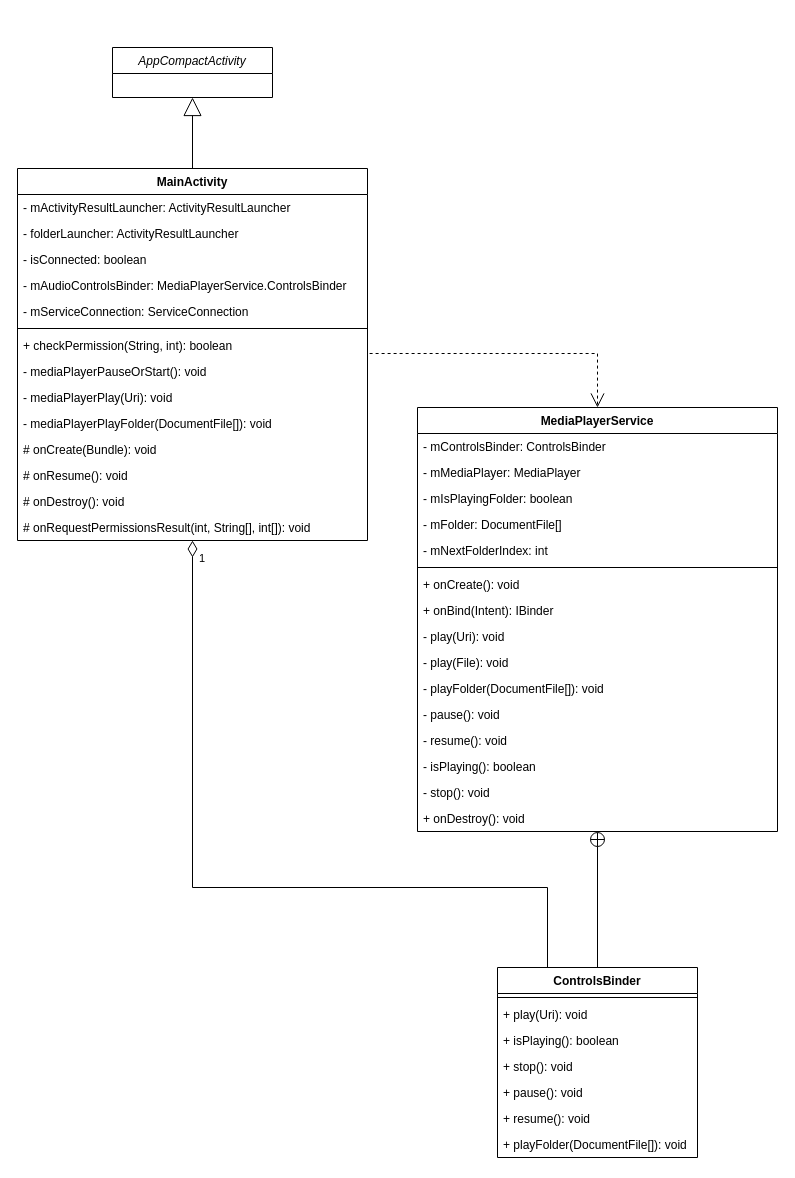
Before: SimpleTunes.drawio in stevetolvaj/SimpleTunes, a draw.io diagram. Source tidied: cells renumbered, new cells numbered last; positions are measured from the earlier drawing's top-left corner, leaving out a move shared by most shapes. Both pictures are drawn from the tidied source at 100%, with x=0, y=0 at pixel (17, 47).
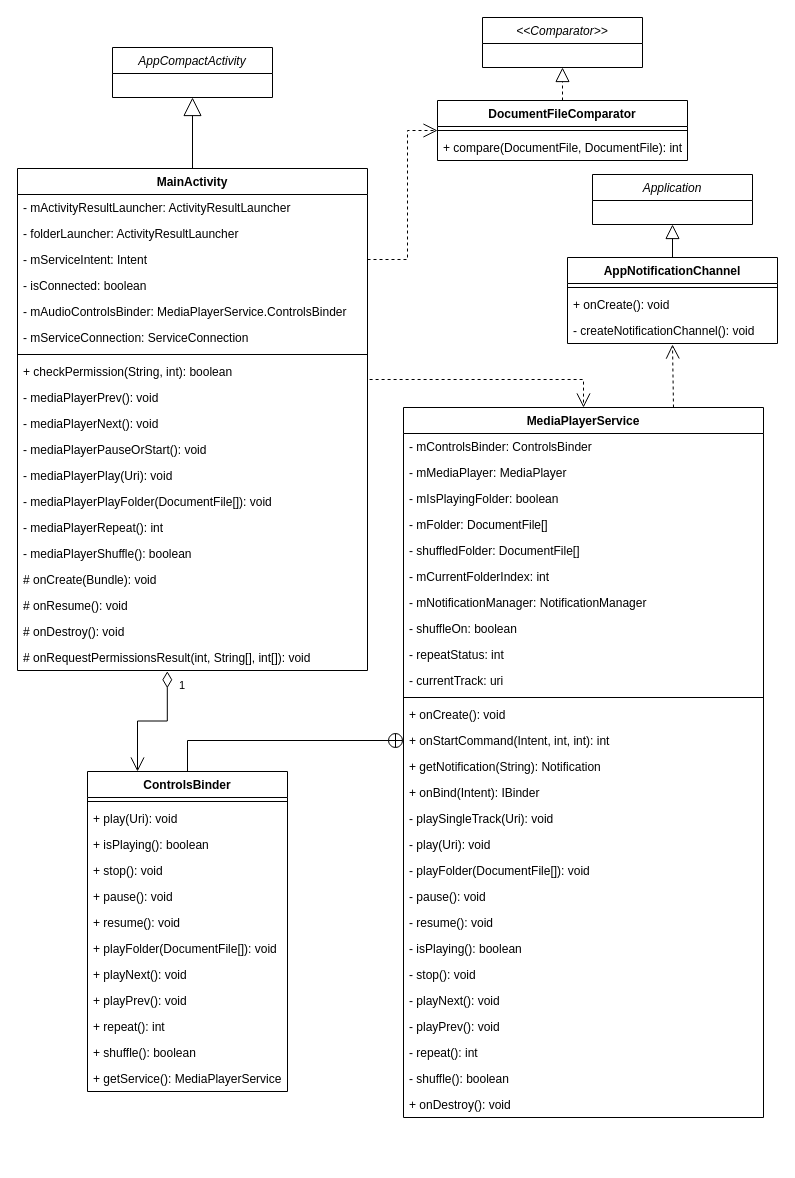
The same page after the edit.

The edit, as a diff of the source:
```diff
@@
     <mxCell id="3" value="MainActivity" style="swimlane;fontStyle=1;align=center;verticalAlign=top;horizontal=1;startSize=26;" parent="1" vertex="1">
-      <mxGeometry y="121" width="350" height="372" as="geometry" />
+      <mxGeometry y="121" width="350" height="502" as="geometry" />
     </mxCell>
@@
+    <mxCell id="47" value="- mServiceIntent: Intent" style="text;strokeColor=none;fillColor=none;align=left;verticalAlign=top;spacingLeft=4;spacingRight=4;overflow=hidden;points=[[0,0.5],[1,0.5]];portConstraint=eastwest;" parent="3" vertex="1">
+      <mxGeometry y="78" width="350" height="26" as="geometry" />
+    </mxCell>
     <mxCell id="6" value="- isConnected: boolean" style="text;strokeColor=none;fillColor=none;align=left;verticalAlign=top;spacingLeft=4;spacingRight=4;overflow=hidden;" parent="3" vertex="1">
-      <mxGeometry y="78" width="350" height="26" as="geometry" />
+      <mxGeometry y="104" width="350" height="26" as="geometry" />
     </mxCell>
     <mxCell id="7" value="- mAudioControlsBinder: MediaPlayerService.ControlsBinder" style="text;strokeColor=none;fillColor=none;align=left;verticalAlign=top;spacingLeft=4;spacingRight=4;overflow=hidden;" parent="3" vertex="1">
-      <mxGeometry y="104" width="350" height="26" as="geometry" />
+      <mxGeometry y="130" width="350" height="26" as="geometry" />
     </mxCell>
     <mxCell id="8" value="- mServiceConnection: ServiceConnection" style="text;strokeColor=none;fillColor=none;align=left;verticalAlign=top;spacingLeft=4;spacingRight=4;overflow=hidden;" parent="3" vertex="1">
-      <mxGeometry y="130" width="350" height="26" as="geometry" />
+      <mxGeometry y="156" width="350" height="26" as="geometry" />
     </mxCell>
     <mxCell id="9" style="line;strokeWidth=1;fillColor=none;align=left;verticalAlign=middle;spacingTop=-1;spacingLeft=3;spacingRight=3;labelPosition=right;" parent="3" vertex="1">
-      <mxGeometry y="156" width="350" height="8" as="geometry" />
+      <mxGeometry y="182" width="350" height="8" as="geometry" />
     </mxCell>
     <mxCell id="10" value="+ checkPermission(String, int): boolean" style="text;strokeColor=none;fillColor=none;align=left;verticalAlign=top;spacingLeft=4;spacingRight=4;overflow=hidden;points=[[0,0.5],[1,0.5]];portConstraint=eastwest;" parent="3" vertex="1">
-      <mxGeometry y="164" width="350" height="26" as="geometry" />
+      <mxGeometry y="190" width="350" height="26" as="geometry" />
     </mxCell>
+    <mxCell id="48" value="- mediaPlayerPrev(): void" style="text;strokeColor=none;fillColor=none;align=left;verticalAlign=top;spacingLeft=4;spacingRight=4;overflow=hidden;" parent="3" vertex="1">
+      <mxGeometry y="216" width="350" height="26" as="geometry" />
+    </mxCell>
+    <mxCell id="49" value="- mediaPlayerNext(): void" style="text;strokeColor=none;fillColor=none;align=left;verticalAlign=top;spacingLeft=4;spacingRight=4;overflow=hidden;" parent="3" vertex="1">
+      <mxGeometry y="242" width="350" height="26" as="geometry" />
+    </mxCell>
     <mxCell id="11" value="- mediaPlayerPauseOrStart(): void" style="text;strokeColor=none;fillColor=none;align=left;verticalAlign=top;spacingLeft=4;spacingRight=4;overflow=hidden;" parent="3" vertex="1">
-      <mxGeometry y="190" width="350" height="26" as="geometry" />
+      <mxGeometry y="268" width="350" height="26" as="geometry" />
     </mxCell>
     <mxCell id="12" value="- mediaPlayerPlay(Uri): void" style="text;strokeColor=none;fillColor=none;align=left;verticalAlign=top;spacingLeft=4;spacingRight=4;overflow=hidden;" parent="3" vertex="1">
-      <mxGeometry y="216" width="350" height="26" as="geometry" />
+      <mxGeometry y="294" width="350" height="26" as="geometry" />
     </mxCell>
     <mxCell id="13" value="- mediaPlayerPlayFolder(DocumentFile[]): void" style="text;strokeColor=none;fillColor=none;align=left;verticalAlign=top;spacingLeft=4;spacingRight=4;overflow=hidden;" parent="3" vertex="1">
-      <mxGeometry y="242" width="350" height="26" as="geometry" />
+      <mxGeometry y="320" width="350" height="26" as="geometry" />
     </mxCell>
+    <mxCell id="50" value="- mediaPlayerRepeat(): int" style="text;strokeColor=none;fillColor=none;align=left;verticalAlign=top;spacingLeft=4;spacingRight=4;overflow=hidden;" parent="3" vertex="1">
+      <mxGeometry y="346" width="350" height="26" as="geometry" />
+    </mxCell>
+    <mxCell id="51" value="- mediaPlayerShuffle(): boolean" style="text;strokeColor=none;fillColor=none;align=left;verticalAlign=top;spacingLeft=4;spacingRight=4;overflow=hidden;" parent="3" vertex="1">
+      <mxGeometry y="372" width="350" height="26" as="geometry" />
+    </mxCell>
     <mxCell id="14" value="# onCreate(Bundle): void" style="text;strokeColor=none;fillColor=none;align=left;verticalAlign=top;spacingLeft=4;spacingRight=4;overflow=hidden;" parent="3" vertex="1">
-      <mxGeometry y="268" width="350" height="26" as="geometry" />
+      <mxGeometry y="398" width="350" height="26" as="geometry" />
     </mxCell>
     <mxCell id="15" value="# onResume(): void" style="text;strokeColor=none;fillColor=none;align=left;verticalAlign=top;spacingLeft=4;spacingRight=4;overflow=hidden;" parent="3" vertex="1">
-      <mxGeometry y="294" width="350" height="26" as="geometry" />
+      <mxGeometry y="424" width="350" height="26" as="geometry" />
     </mxCell>
     <mxCell id="16" value="# onDestroy(): void" style="text;strokeColor=none;fillColor=none;align=left;verticalAlign=top;spacingLeft=4;spacingRight=4;overflow=hidden;" parent="3" vertex="1">
-      <mxGeometry y="320" width="350" height="26" as="geometry" />
+      <mxGeometry y="450" width="350" height="26" as="geometry" />
     </mxCell>
     <mxCell id="17" value="# onRequestPermissionsResult(int, String[], int[]): void" style="text;strokeColor=none;fillColor=none;align=left;verticalAlign=top;spacingLeft=4;spacingRight=4;overflow=hidden;points=[[0,0.5],[1,0.5]];portConstraint=eastwest;" parent="3" vertex="1">
-      <mxGeometry y="346" width="350" height="26" as="geometry" />
+      <mxGeometry y="476" width="350" height="26" as="geometry" />
     </mxCell>
@@
     <mxCell id="19" value="MediaPlayerService" style="swimlane;fontStyle=1;align=center;verticalAlign=top;horizontal=1;startSize=26;" parent="1" vertex="1">
-      <mxGeometry x="400" y="360" width="360" height="424" as="geometry" />
+      <mxGeometry x="386" y="360" width="360" height="710" as="geometry" />
     </mxCell>
@@
+    <mxCell id="52" value="- mIsPlayingFolder: boolean" style="text;strokeColor=none;fillColor=none;align=left;verticalAlign=top;spacingLeft=4;spacingRight=4;overflow=hidden;" parent="19" vertex="1">
+      <mxGeometry y="78" width="360" height="26" as="geometry" />
+    </mxCell>
-    <mxCell id="22" value="- mIsPlayingFolder: boolean" style="text;strokeColor=none;fillColor=none;align=left;verticalAlign=top;spacingLeft=4;spacingRight=4;overflow=hidden;" parent="19" vertex="1">
-      <mxGeometry y="78" width="360" height="26" as="geometry" />
+    <mxCell id="22" value="- mFolder: DocumentFile[]" style="text;strokeColor=none;fillColor=none;align=left;verticalAlign=top;spacingLeft=4;spacingRight=4;overflow=hidden;" parent="19" vertex="1">
+      <mxGeometry y="104" width="360" height="26" as="geometry" />
     </mxCell>
+    <mxCell id="53" value="- shuffledFolder: DocumentFile[]" style="text;strokeColor=none;fillColor=none;align=left;verticalAlign=top;spacingLeft=4;spacingRight=4;overflow=hidden;" parent="19" vertex="1">
+      <mxGeometry y="130" width="360" height="26" as="geometry" />
+    </mxCell>
-    <mxCell id="23" value="- mFolder: DocumentFile[]" style="text;strokeColor=none;fillColor=none;align=left;verticalAlign=top;spacingLeft=4;spacingRight=4;overflow=hidden;" parent="19" vertex="1">
-      <mxGeometry y="104" width="360" height="26" as="geometry" />
+    <mxCell id="23" value="- mCurrentFolderIndex: int" style="text;strokeColor=none;fillColor=none;align=left;verticalAlign=top;spacingLeft=4;spacingRight=4;overflow=hidden;" parent="19" vertex="1">
+      <mxGeometry y="156" width="360" height="26" as="geometry" />
     </mxCell>
-    <mxCell id="24" value="- mNextFolderIndex: int" style="text;strokeColor=none;fillColor=none;align=left;verticalAlign=top;spacingLeft=4;spacingRight=4;overflow=hidden;" parent="19" vertex="1">
-      <mxGeometry y="130" width="360" height="26" as="geometry" />
+    <mxCell id="24" value="- mNotificationManager: NotificationManager" style="text;strokeColor=none;fillColor=none;align=left;verticalAlign=top;spacingLeft=4;spacingRight=4;overflow=hidden;" parent="19" vertex="1">
+      <mxGeometry y="182" width="360" height="26" as="geometry" />
     </mxCell>
+    <mxCell id="54" value="- shuffleOn: boolean" style="text;strokeColor=none;fillColor=none;align=left;verticalAlign=top;spacingLeft=4;spacingRight=4;overflow=hidden;" parent="19" vertex="1">
+      <mxGeometry y="208" width="360" height="26" as="geometry" />
+    </mxCell>
+    <mxCell id="55" value="- repeatStatus: int" style="text;strokeColor=none;fillColor=none;align=left;verticalAlign=top;spacingLeft=4;spacingRight=4;overflow=hidden;" parent="19" vertex="1">
+      <mxGeometry y="234" width="360" height="26" as="geometry" />
+    </mxCell>
+    <mxCell id="56" value="- currentTrack: uri" style="text;strokeColor=none;fillColor=none;align=left;verticalAlign=top;spacingLeft=4;spacingRight=4;overflow=hidden;" parent="19" vertex="1">
+      <mxGeometry y="260" width="360" height="26" as="geometry" />
+    </mxCell>
     <mxCell id="25" style="line;strokeWidth=1;fillColor=none;align=left;verticalAlign=middle;spacingTop=-1;spacingLeft=3;spacingRight=3;labelPosition=right;" parent="19" vertex="1">
-      <mxGeometry y="156" width="360" height="8" as="geometry" />
+      <mxGeometry y="286" width="360" height="8" as="geometry" />
     </mxCell>
     <mxCell id="26" value="+ onCreate(): void" style="text;strokeColor=none;fillColor=none;align=left;verticalAlign=top;spacingLeft=4;spacingRight=4;overflow=hidden;" parent="19" vertex="1">
-      <mxGeometry y="164" width="360" height="26" as="geometry" />
+      <mxGeometry y="294" width="360" height="26" as="geometry" />
     </mxCell>
+    <mxCell id="57" value="+ onStartCommand(Intent, int, int): int" style="text;strokeColor=none;fillColor=none;align=left;verticalAlign=top;spacingLeft=4;spacingRight=4;overflow=hidden;points=[[0,0.5],[1,0.5]];portConstraint=eastwest;" parent="19" vertex="1">
+      <mxGeometry y="320" width="360" height="26" as="geometry" />
+    </mxCell>
+    <mxCell id="58" value="+ getNotification(String): Notification" style="text;strokeColor=none;fillColor=none;align=left;verticalAlign=top;spacingLeft=4;spacingRight=4;overflow=hidden;" parent="19" vertex="1">
+      <mxGeometry y="346" width="360" height="26" as="geometry" />
+    </mxCell>
+    <mxCell id="59" value="+ onBind(Intent): IBinder" style="text;strokeColor=none;fillColor=none;align=left;verticalAlign=top;spacingLeft=4;spacingRight=4;overflow=hidden;" parent="19" vertex="1">
+      <mxGeometry y="372" width="360" height="26" as="geometry" />
+    </mxCell>
-    <mxCell id="27" value="+ onBind(Intent): IBinder" style="text;strokeColor=none;fillColor=none;align=left;verticalAlign=top;spacingLeft=4;spacingRight=4;overflow=hidden;" parent="19" vertex="1">
-      <mxGeometry y="190" width="360" height="26" as="geometry" />
+    <mxCell id="27" value="- playSingleTrack(Uri): void" style="text;strokeColor=none;fillColor=none;align=left;verticalAlign=top;spacingLeft=4;spacingRight=4;overflow=hidden;" parent="19" vertex="1">
+      <mxGeometry y="398" width="360" height="26" as="geometry" />
     </mxCell>
     <mxCell id="28" value="- play(Uri): void" style="text;strokeColor=none;fillColor=none;align=left;verticalAlign=top;spacingLeft=4;spacingRight=4;overflow=hidden;" parent="19" vertex="1">
-      <mxGeometry y="216" width="360" height="26" as="geometry" />
+      <mxGeometry y="424" width="360" height="26" as="geometry" />
     </mxCell>
-    <mxCell id="29" value="- play(File): void" style="text;strokeColor=none;fillColor=none;align=left;verticalAlign=top;spacingLeft=4;spacingRight=4;overflow=hidden;" parent="19" vertex="1">
-      <mxGeometry y="242" width="360" height="26" as="geometry" />
-    </mxCell>
     <mxCell id="30" value="- playFolder(DocumentFile[]): void" style="text;strokeColor=none;fillColor=none;align=left;verticalAlign=top;spacingLeft=4;spacingRight=4;overflow=hidden;" parent="19" vertex="1">
-      <mxGeometry y="268" width="360" height="26" as="geometry" />
+      <mxGeometry y="450" width="360" height="26" as="geometry" />
     </mxCell>
     <mxCell id="31" value="- pause(): void" style="text;strokeColor=none;fillColor=none;align=left;verticalAlign=top;spacingLeft=4;spacingRight=4;overflow=hidden;" parent="19" vertex="1">
-      <mxGeometry y="294" width="360" height="26" as="geometry" />
+      <mxGeometry y="476" width="360" height="26" as="geometry" />
     </mxCell>
     <mxCell id="32" value="- resume(): void" style="text;strokeColor=none;fillColor=none;align=left;verticalAlign=top;spacingLeft=4;spacingRight=4;overflow=hidden;" parent="19" vertex="1">
-      <mxGeometry y="320" width="360" height="26" as="geometry" />
+      <mxGeometry y="502" width="360" height="26" as="geometry" />
     </mxCell>
     <mxCell id="33" value="- isPlaying(): boolean" style="text;strokeColor=none;fillColor=none;align=left;verticalAlign=top;spacingLeft=4;spacingRight=4;overflow=hidden;" parent="19" vertex="1">
-      <mxGeometry y="346" width="360" height="26" as="geometry" />
+      <mxGeometry y="528" width="360" height="26" as="geometry" />
     </mxCell>
     <mxCell id="34" value="- stop(): void" style="text;strokeColor=none;fillColor=none;align=left;verticalAlign=top;spacingLeft=4;spacingRight=4;overflow=hidden;" parent="19" vertex="1">
-      <mxGeometry y="372" width="360" height="26" as="geometry" />
+      <mxGeometry y="554" width="360" height="26" as="geometry" />
     </mxCell>
+    <mxCell id="60" value="- playNext(): void" style="text;strokeColor=none;fillColor=none;align=left;verticalAlign=top;spacingLeft=4;spacingRight=4;overflow=hidden;" parent="19" vertex="1">
+      <mxGeometry y="580" width="360" height="26" as="geometry" />
+    </mxCell>
+    <mxCell id="61" value="- playPrev(): void" style="text;strokeColor=none;fillColor=none;align=left;verticalAlign=top;spacingLeft=4;spacingRight=4;overflow=hidden;" parent="19" vertex="1">
+      <mxGeometry y="606" width="360" height="26" as="geometry" />
+    </mxCell>
+    <mxCell id="62" value="- repeat(): int" style="text;strokeColor=none;fillColor=none;align=left;verticalAlign=top;spacingLeft=4;spacingRight=4;overflow=hidden;" parent="19" vertex="1">
+      <mxGeometry y="632" width="360" height="26" as="geometry" />
+    </mxCell>
+    <mxCell id="63" value="- shuffle(): boolean" style="text;strokeColor=none;fillColor=none;align=left;verticalAlign=top;spacingLeft=4;spacingRight=4;overflow=hidden;" parent="19" vertex="1">
+      <mxGeometry y="658" width="360" height="26" as="geometry" />
+    </mxCell>
     <mxCell id="35" value="+ onDestroy(): void" style="text;strokeColor=none;fillColor=none;align=left;verticalAlign=top;spacingLeft=4;spacingRight=4;overflow=hidden;points=[[0,0.5],[1,0.5]];portConstraint=eastwest;" parent="19" vertex="1">
-      <mxGeometry y="398" width="360" height="26" as="geometry" />
+      <mxGeometry y="684" width="360" height="26" as="geometry" />
     </mxCell>
     <mxCell id="36" value="ControlsBinder" style="swimlane;fontStyle=1;align=center;verticalAlign=top;horizontal=1;startSize=26;" parent="1" vertex="1">
-      <mxGeometry x="480" y="920" width="200" height="190" as="geometry" />
+      <mxGeometry x="70" y="724" width="200" height="320" as="geometry" />
     </mxCell>
@@
+    <mxCell id="64" value="+ playNext(): void" style="text;strokeColor=none;fillColor=none;align=left;verticalAlign=top;spacingLeft=4;spacingRight=4;overflow=hidden;" parent="36" vertex="1">
+      <mxGeometry y="190" width="200" height="26" as="geometry" />
+    </mxCell>
+    <mxCell id="65" value="+ playPrev(): void" style="text;strokeColor=none;fillColor=none;align=left;verticalAlign=top;spacingLeft=4;spacingRight=4;overflow=hidden;" parent="36" vertex="1">
+      <mxGeometry y="216" width="200" height="26" as="geometry" />
+    </mxCell>
+    <mxCell id="66" value="+ repeat(): int" style="text;strokeColor=none;fillColor=none;align=left;verticalAlign=top;spacingLeft=4;spacingRight=4;overflow=hidden;" parent="36" vertex="1">
+      <mxGeometry y="242" width="200" height="26" as="geometry" />
+    </mxCell>
+    <mxCell id="67" value="+ shuffle(): boolean" style="text;strokeColor=none;fillColor=none;align=left;verticalAlign=top;spacingLeft=4;spacingRight=4;overflow=hidden;" parent="36" vertex="1">
+      <mxGeometry y="268" width="200" height="26" as="geometry" />
+    </mxCell>
+    <mxCell id="68" value="+ getService(): MediaPlayerService" style="text;strokeColor=none;fillColor=none;align=left;verticalAlign=top;spacingLeft=4;spacingRight=4;overflow=hidden;" parent="36" vertex="1">
+      <mxGeometry y="294" width="200" height="26" as="geometry" />
+    </mxCell>
-    <mxCell id="44" style="endArrow=none;startArrow=circlePlus;endFill=0;startFill=0;endSize=8;html=1;rounded=0;entryX=0.5;entryY=0;entryDx=0;entryDy=0;" parent="1" edge="1" source="35" target="36">
-      <mxGeometry relative="1" as="geometry" />
+    <mxCell id="44" style="endArrow=none;startArrow=circlePlus;endFill=0;startFill=0;endSize=8;html=1;rounded=0;entryX=0.5;entryY=0;entryDx=0;entryDy=0;exitX=0;exitY=0.5;exitDx=0;exitDy=0;" parent="1" edge="1" source="57" target="36">
+      <mxGeometry relative="1" as="geometry">
+        <Array as="points">
+          <mxPoint x="170" y="693" />
+        </Array>
+      </mxGeometry>
     </mxCell>
+    <mxCell id="46" style="endArrow=open;endSize=12;dashed=1;html=1;rounded=0;exitX=1.006;exitY=0.808;exitDx=0;exitDy=0;exitPerimeter=0;entryX=0.5;entryY=0;entryDx=0;entryDy=0;" parent="1" edge="1" source="10" target="19">
+      <mxGeometry x="-0.12" y="80" relative="1" as="geometry">
+        <Array as="points">
+          <mxPoint x="566" y="332" />
+        </Array>
+      </mxGeometry>
+    </mxCell>
+    <mxCell id="69" value="DocumentFileComparator" style="swimlane;fontStyle=1;align=center;verticalAlign=top;horizontal=1;startSize=26;" parent="1" vertex="1">
+      <mxGeometry x="420" y="53" width="250" height="60" as="geometry" />
+    </mxCell>
+    <mxCell id="70" style="line;strokeWidth=1;fillColor=none;align=left;verticalAlign=middle;spacingTop=-1;spacingLeft=3;spacingRight=3;labelPosition=right;" parent="69" vertex="1">
+      <mxGeometry y="26" width="250" height="8" as="geometry" />
+    </mxCell>
+    <mxCell id="71" value="+ compare(DocumentFile, DocumentFile): int" style="text;strokeColor=none;fillColor=none;align=left;verticalAlign=top;spacingLeft=4;spacingRight=4;overflow=hidden;" parent="69" vertex="1">
+      <mxGeometry y="34" width="250" height="26" as="geometry" />
+    </mxCell>
+    <mxCell id="72" value="AppNotificationChannel" style="swimlane;fontStyle=1;align=center;verticalAlign=top;horizontal=1;startSize=26;" parent="1" vertex="1">
+      <mxGeometry x="550" y="210" width="210" height="86" as="geometry" />
+    </mxCell>
+    <mxCell id="73" style="line;strokeWidth=1;fillColor=none;align=left;verticalAlign=middle;spacingTop=-1;spacingLeft=3;spacingRight=3;labelPosition=right;" parent="72" vertex="1">
+      <mxGeometry y="26" width="210" height="8" as="geometry" />
+    </mxCell>
+    <mxCell id="74" value="+ onCreate(): void" style="text;strokeColor=none;fillColor=none;align=left;verticalAlign=top;spacingLeft=4;spacingRight=4;overflow=hidden;" parent="72" vertex="1">
+      <mxGeometry y="34" width="210" height="26" as="geometry" />
+    </mxCell>
+    <mxCell id="75" value="- createNotificationChannel(): void" style="text;strokeColor=none;fillColor=none;align=left;verticalAlign=top;spacingLeft=4;spacingRight=4;overflow=hidden;points=[[0,0.5],[1,0.5]];portConstraint=eastwest;" parent="72" vertex="1">
+      <mxGeometry y="60" width="210" height="26" as="geometry" />
+    </mxCell>
+    <mxCell id="76" value="Application" style="swimlane;fontStyle=2;align=center;verticalAlign=top;horizontal=1;startSize=26;rounded=0;shadow=0;strokeWidth=1;" parent="1" vertex="1">
+      <mxGeometry x="575" y="127" width="160" height="50" as="geometry" />
+    </mxCell>
+    <mxCell id="77" style="endArrow=block;endFill=0;endSize=12;html=1;rounded=0;entryX=0.5;entryY=1;entryDx=0;entryDy=0;exitX=0.5;exitY=0;exitDx=0;exitDy=0;" parent="1" edge="1" source="72" target="76">
+      <mxGeometry relative="1" as="geometry" />
+    </mxCell>
+    <mxCell id="78" style="endArrow=open;endFill=1;endSize=12;html=1;rounded=0;exitX=0.75;exitY=0;exitDx=0;exitDy=0;dashed=1;entryX=0.5;entryY=1.038;entryDx=0;entryDy=0;entryPerimeter=0;" parent="1" edge="1" source="19" target="75">
+      <mxGeometry relative="1" as="geometry" />
+    </mxCell>
+    <mxCell id="79" value="&lt;&lt;Comparator&gt;&gt;" style="swimlane;fontStyle=2;align=center;verticalAlign=top;horizontal=1;startSize=26;rounded=0;shadow=0;strokeWidth=1;" parent="1" vertex="1">
+      <mxGeometry x="465" y="-30" width="160" height="50" as="geometry" />
+    </mxCell>
+    <mxCell id="80" style="endArrow=block;dashed=1;endFill=0;endSize=12;html=1;rounded=0;entryX=0.5;entryY=1;entryDx=0;entryDy=0;" parent="1" edge="1" source="69" target="79">
+      <mxGeometry relative="1" as="geometry" />
+    </mxCell>
+    <mxCell id="81" style="endArrow=open;endFill=1;endSize=12;html=1;rounded=0;exitX=1;exitY=0.5;exitDx=0;exitDy=0;dashed=1;entryX=0;entryY=0.5;entryDx=0;entryDy=0;" parent="1" edge="1" source="47" target="69">
+      <mxGeometry relative="1" as="geometry">
+        <Array as="points">
+          <mxPoint x="390" y="212" />
+          <mxPoint x="390" y="83" />
+        </Array>
+      </mxGeometry>
+    </mxCell>
-    <mxCell id="45" value="1" style="endArrow=none;html=1;endSize=12;startArrow=diamondThin;startSize=14;startFill=0;edgeStyle=orthogonalEdgeStyle;align=left;verticalAlign=bottom;rounded=0;entryX=0.25;entryY=0;entryDx=0;entryDy=0;endFill=0;targetPerimeterSpacing=0;" parent="1" edge="1" source="3" target="36">
-      <mxGeometry x="-0.93" y="5" relative="1" as="geometry">
-        <Array as="points">
-          <mxPoint x="175" y="840" />
-          <mxPoint x="530" y="840" />
-        </Array>
-      </mxGeometry>
+    <mxCell id="45" value="1" style="endArrow=open;html=1;endSize=12;startArrow=diamondThin;startSize=14;startFill=0;edgeStyle=orthogonalEdgeStyle;align=left;verticalAlign=bottom;rounded=0;entryX=0.25;entryY=0;entryDx=0;entryDy=0;exitX=0.428;exitY=1.029;exitDx=0;exitDy=0;exitPerimeter=0;" parent="1" edge="1" source="17" target="36">
+      <mxGeometry x="-0.65" y="10" relative="1" as="geometry" />
     </mxCell>
-    <mxCell id="46" style="endArrow=open;endSize=12;dashed=1;html=1;rounded=0;exitX=1.006;exitY=0.808;exitDx=0;exitDy=0;exitPerimeter=0;entryX=0.5;entryY=0;entryDx=0;entryDy=0;" parent="1" edge="1" source="10" target="19">
-      <mxGeometry x="-0.12" y="80" relative="1" as="geometry">
-        <Array as="points">
-          <mxPoint x="580" y="306" />
-        </Array>
-      </mxGeometry>
-    </mxCell>
```
